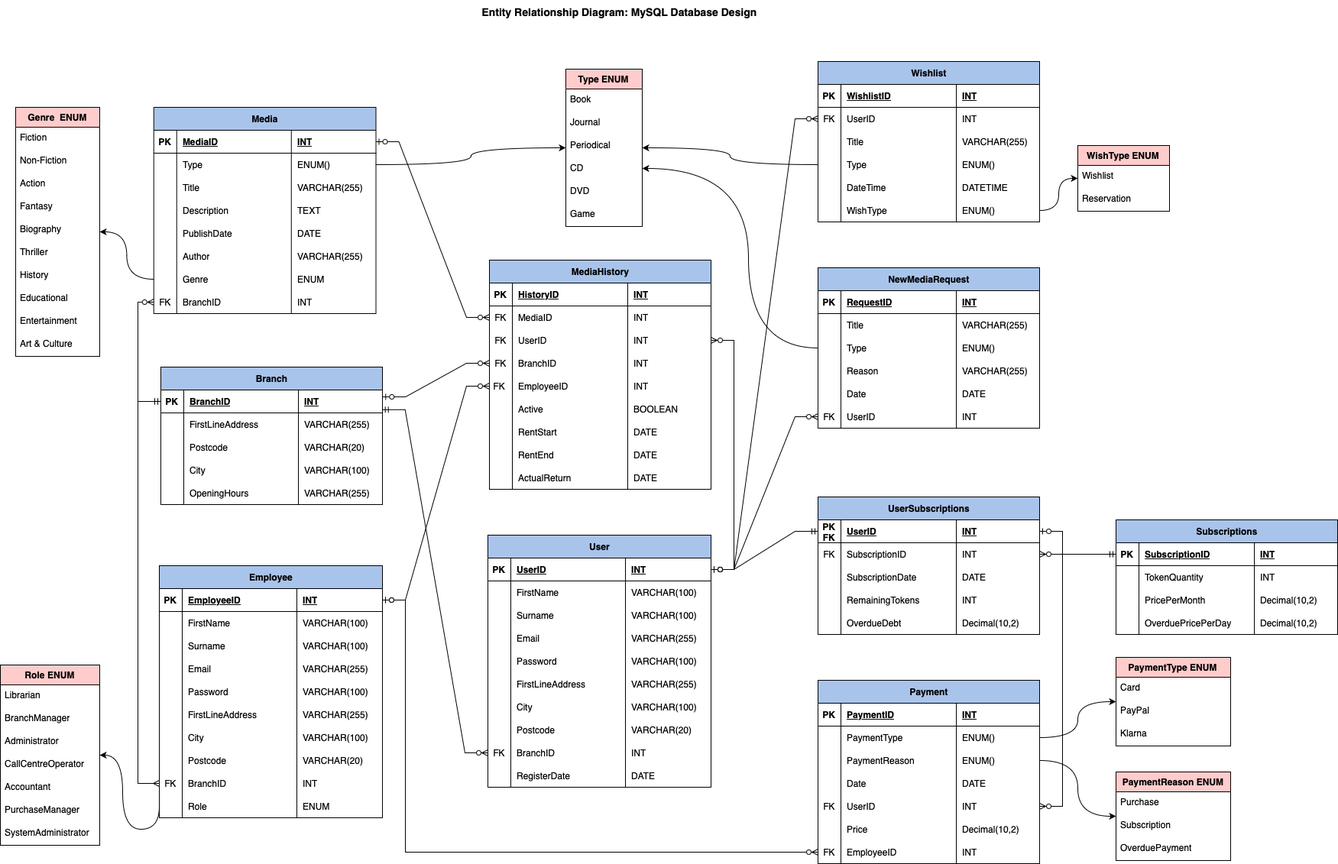
Earlier version of the draw.io export Architecture/Database Design/SAaD_8_ERD.png (liam-mh/SAaD_8). Source tidied: cells renumbered, new cells last; positions are measured from the earlier drawing's top-left corner, leaving out a move shared by most shapes.
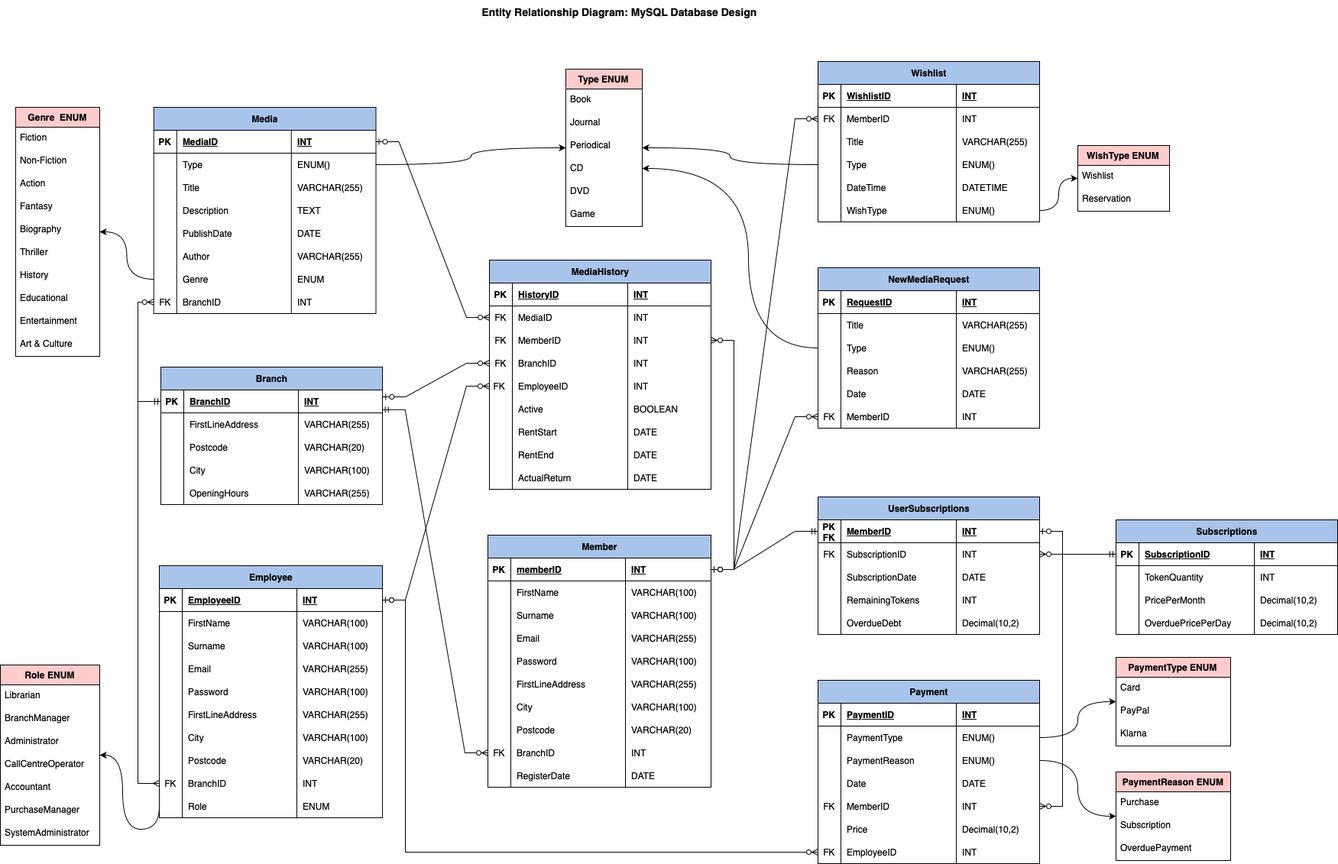
After the commit.

Diff of the diagram source:
```diff
@@ -2,7 +2,7 @@
   <root>
     <mxCell id="0" />
     <mxCell id="1" parent="0" />
-    <mxCell id="2" value="User" style="shape=table;startSize=30;rowLines=0;fontStyle=1;align=center;html=1;fillColor=#A9C4EB;" parent="1" vertex="1">
+    <mxCell id="2" value="Member" style="shape=table;startSize=30;rowLines=0;fontStyle=1;align=center;html=1;fillColor=#A9C4EB;" parent="1" vertex="1">
       <mxGeometry x="638" y="700" width="292" height="330" as="geometry" />
     </mxCell>
     <mxCell id="3" style="shape=tableRow;horizontal=0;startSize=0;swimlaneHead=0;swimlaneBody=0;fillColor=none;points=[[0,0.5],[1,0.5]];portConstraint=eastwest;top=0;left=0;right=0;bottom=1;" parent="2" vertex="1">
@@ -11,7 +11,7 @@
     <mxCell id="4" value="PK" style="shape=partialRectangle;fillColor=none;top=0;left=0;bottom=0;right=0;fontStyle=1;overflow=hidden;whiteSpace=wrap;html=1;" parent="3" vertex="1">
       <mxGeometry width="30" height="30" as="geometry" />
     </mxCell>
-    <mxCell id="5" value="UserID" style="shape=partialRectangle;fillColor=none;top=0;left=0;bottom=0;right=0;align=left;spacingLeft=6;fontStyle=5;overflow=hidden;whiteSpace=wrap;html=1;" parent="3" vertex="1">
+    <mxCell id="5" value="memberID" style="shape=partialRectangle;fillColor=none;top=0;left=0;bottom=0;right=0;align=left;spacingLeft=6;fontStyle=5;overflow=hidden;whiteSpace=wrap;html=1;" parent="3" vertex="1">
       <mxGeometry x="30" width="150" height="30" as="geometry" />
     </mxCell>
     <mxCell id="6" value="INT" style="shape=partialRectangle;fillColor=none;top=0;left=0;bottom=0;right=0;align=left;spacingLeft=6;fontStyle=5;overflow=hidden;whiteSpace=wrap;html=1;" parent="3" vertex="1">
@@ -323,7 +323,7 @@
     <mxCell id="108" value="FK" style="shape=partialRectangle;fillColor=none;top=0;left=0;bottom=0;right=0;overflow=hidden;whiteSpace=wrap;html=1;" parent="107" vertex="1">
       <mxGeometry width="30" height="30" as="geometry" />
     </mxCell>
-    <mxCell id="109" value="UserID" style="shape=partialRectangle;fillColor=none;top=0;left=0;bottom=0;right=0;align=left;spacingLeft=6;overflow=hidden;whiteSpace=wrap;html=1;" parent="107" vertex="1">
+    <mxCell id="109" value="MemberID" style="shape=partialRectangle;fillColor=none;top=0;left=0;bottom=0;right=0;align=left;spacingLeft=6;overflow=hidden;whiteSpace=wrap;html=1;" parent="107" vertex="1">
       <mxGeometry x="30" width="151" height="30" as="geometry" />
     </mxCell>
     <mxCell id="110" value="INT" style="shape=partialRectangle;fillColor=none;top=0;left=0;bottom=0;right=0;align=left;spacingLeft=6;overflow=hidden;whiteSpace=wrap;html=1;" parent="107" vertex="1">
@@ -581,7 +581,7 @@
     <mxCell id="194" value="FK" style="shape=partialRectangle;fillColor=none;top=0;left=0;bottom=0;right=0;overflow=hidden;whiteSpace=wrap;html=1;" parent="193" vertex="1">
       <mxGeometry width="30" height="30" as="geometry" />
     </mxCell>
-    <mxCell id="195" value="UserID" style="shape=partialRectangle;fillColor=none;top=0;left=0;bottom=0;right=0;align=left;spacingLeft=6;overflow=hidden;whiteSpace=wrap;html=1;" parent="193" vertex="1">
+    <mxCell id="195" value="MemberID" style="shape=partialRectangle;fillColor=none;top=0;left=0;bottom=0;right=0;align=left;spacingLeft=6;overflow=hidden;whiteSpace=wrap;html=1;" parent="193" vertex="1">
       <mxGeometry x="30" width="151" height="30" as="geometry" />
     </mxCell>
     <mxCell id="196" value="INT" style="shape=partialRectangle;fillColor=none;top=0;left=0;bottom=0;right=0;align=left;spacingLeft=6;overflow=hidden;whiteSpace=wrap;html=1;" parent="193" vertex="1">
@@ -680,7 +680,7 @@
     <mxCell id="227" value="FK" style="shape=partialRectangle;fillColor=none;top=0;left=0;bottom=0;right=0;overflow=hidden;whiteSpace=wrap;html=1;" parent="226" vertex="1">
       <mxGeometry width="30" height="30" as="geometry" />
     </mxCell>
-    <mxCell id="228" value="UserID&amp;nbsp;" style="shape=partialRectangle;fillColor=none;top=0;left=0;bottom=0;right=0;align=left;spacingLeft=6;overflow=hidden;whiteSpace=wrap;html=1;" parent="226" vertex="1">
+    <mxCell id="228" value="MemberID&amp;nbsp;" style="shape=partialRectangle;fillColor=none;top=0;left=0;bottom=0;right=0;align=left;spacingLeft=6;overflow=hidden;whiteSpace=wrap;html=1;" parent="226" vertex="1">
       <mxGeometry x="30" width="151" height="30" as="geometry" />
     </mxCell>
     <mxCell id="229" value="INT" style="shape=partialRectangle;fillColor=none;top=0;left=0;bottom=0;right=0;align=left;spacingLeft=6;overflow=hidden;whiteSpace=wrap;html=1;" parent="226" vertex="1">
@@ -707,7 +707,7 @@
     <mxCell id="236" value="FK" style="shape=partialRectangle;fillColor=none;top=0;left=0;bottom=0;right=0;overflow=hidden;whiteSpace=wrap;html=1;" parent="235" vertex="1">
       <mxGeometry width="30" height="30" as="geometry" />
     </mxCell>
-    <mxCell id="237" value="UserID" style="shape=partialRectangle;fillColor=none;top=0;left=0;bottom=0;right=0;align=left;spacingLeft=6;overflow=hidden;whiteSpace=wrap;html=1;" parent="235" vertex="1">
+    <mxCell id="237" value="MemberID" style="shape=partialRectangle;fillColor=none;top=0;left=0;bottom=0;right=0;align=left;spacingLeft=6;overflow=hidden;whiteSpace=wrap;html=1;" parent="235" vertex="1">
       <mxGeometry x="30" width="151" height="30" as="geometry" />
     </mxCell>
     <mxCell id="238" value="INT" style="shape=partialRectangle;fillColor=none;top=0;left=0;bottom=0;right=0;align=left;spacingLeft=6;overflow=hidden;whiteSpace=wrap;html=1;" parent="235" vertex="1">
@@ -821,7 +821,7 @@
     <mxCell id="274" value="PK&lt;div&gt;FK&lt;/div&gt;" style="shape=partialRectangle;fillColor=none;top=0;left=0;bottom=0;right=0;fontStyle=1;overflow=hidden;whiteSpace=wrap;html=1;" parent="273" vertex="1">
       <mxGeometry width="30" height="30" as="geometry" />
     </mxCell>
-    <mxCell id="275" value="UserID" style="shape=partialRectangle;fillColor=none;top=0;left=0;bottom=0;right=0;align=left;spacingLeft=6;fontStyle=5;overflow=hidden;whiteSpace=wrap;html=1;" parent="273" vertex="1">
+    <mxCell id="275" value="MemberID" style="shape=partialRectangle;fillColor=none;top=0;left=0;bottom=0;right=0;align=left;spacingLeft=6;fontStyle=5;overflow=hidden;whiteSpace=wrap;html=1;" parent="273" vertex="1">
       <mxGeometry x="30" width="151" height="30" as="geometry" />
     </mxCell>
     <mxCell id="276" value="INT" style="shape=partialRectangle;fillColor=none;top=0;left=0;bottom=0;right=0;align=left;spacingLeft=6;fontStyle=5;overflow=hidden;whiteSpace=wrap;html=1;" parent="273" vertex="1">
```
